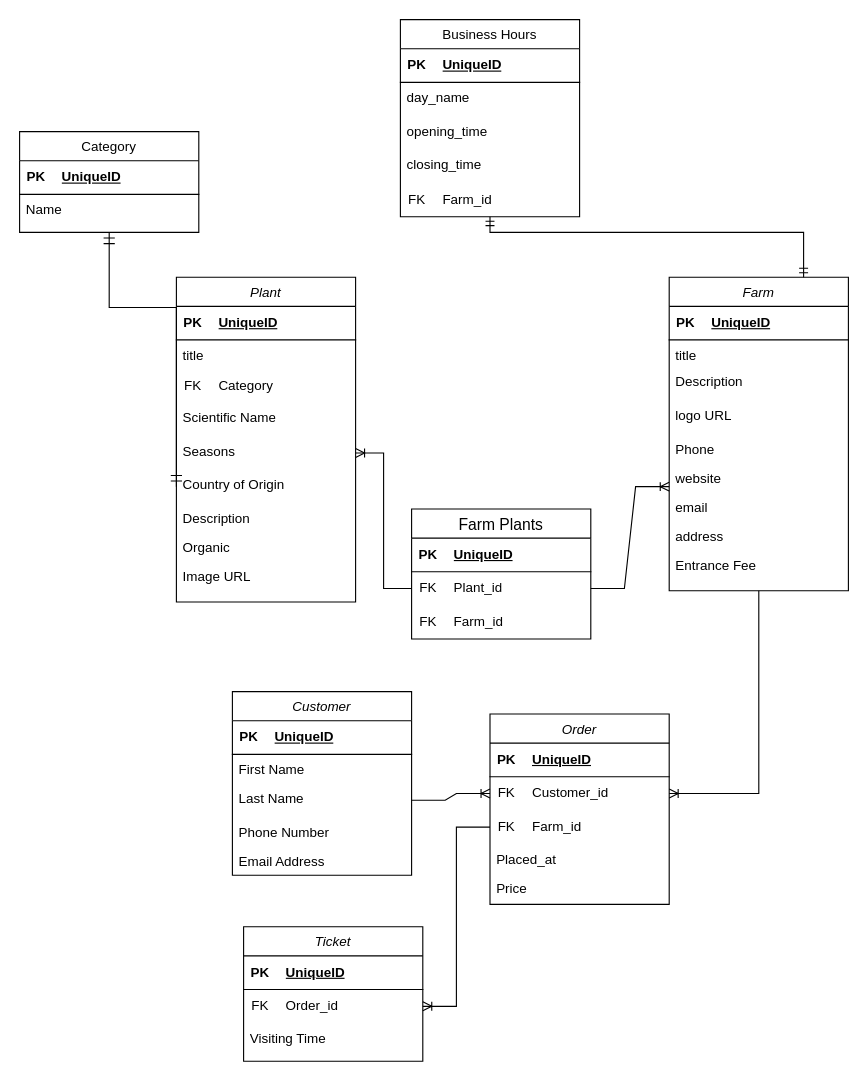
Above: Documentation/DataModel.drawio in aabusam/UPickFront (draw.io), before the change. Source tidied: cells renumbered, new cells numbered last; positions are measured from the earlier drawing's top-left corner, leaving out a move shared by most shapes. Both pictures are drawn from the tidied source at 112%, with x=0, y=0 at pixel (19, 19).
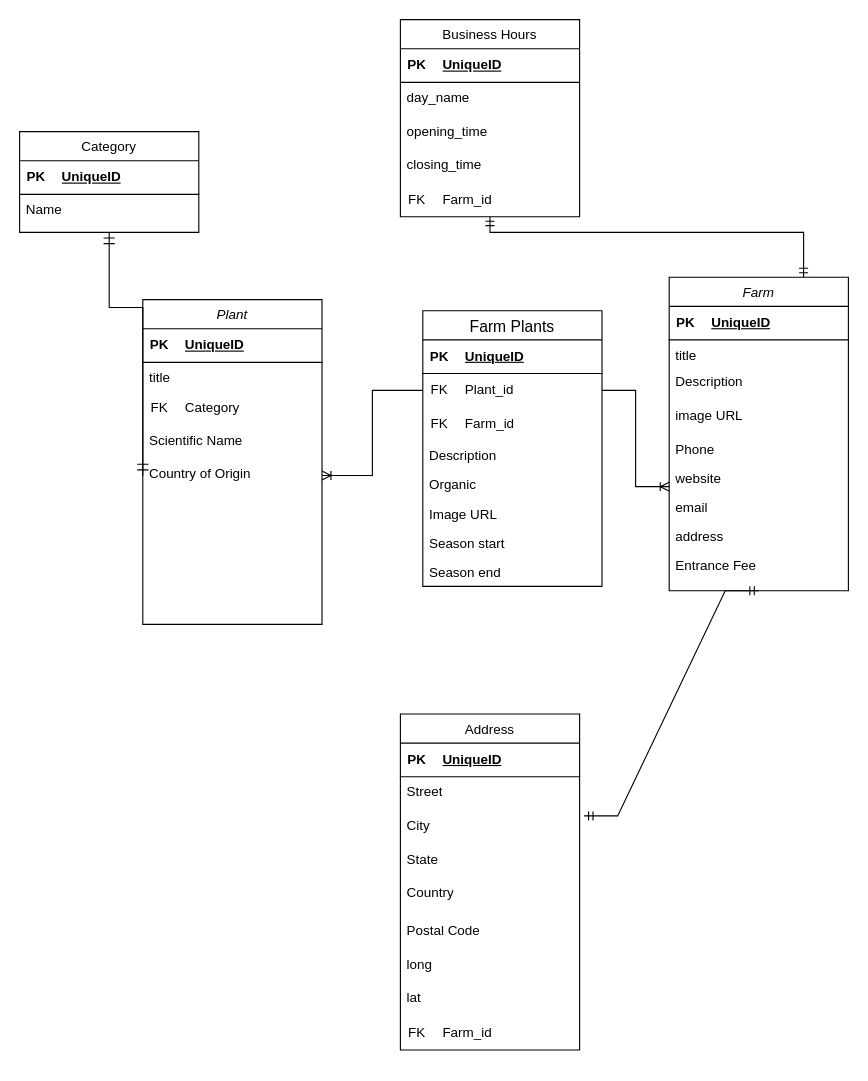
After the change.

Unchanged cells that the change refers to:
```xml
<mxCell id="11" value="Farm" style="swimlane;fontStyle=2;align=center;verticalAlign=top;horizontal=1;startSize=26;rounded=0;shadow=0;strokeWidth=1;" parent="1" vertex="1">
  <mxGeometry x="580" y="230" width="160" height="280" as="geometry" />
</mxCell>
<mxCell id="55" style="shape=tableRow;horizontal=0;startSize=0;swimlaneHead=0;swimlaneBody=0;fillColor=none;points=[[0,0.5],[1,0.5]];portConstraint=eastwest;top=0;left=0;right=0;bottom=0;" parent="51" vertex="1">
  <mxGeometry y="30" width="160" height="30" as="geometry" />
</mxCell>
```

The edit, as a diff of the source:
```diff
@@
-    <mxCell id="2" value="Customer" style="swimlane;fontStyle=2;align=center;verticalAlign=top;horizontal=1;startSize=26;rounded=0;shadow=0;strokeWidth=1;" parent="1" vertex="1">
-      <mxGeometry x="190" y="600" width="160" height="164" as="geometry" />
-    </mxCell>
-    <mxCell id="3" style="shape=table;startSize=0;childLayout=tableLayout;rowLines=0;fontStyle=0;align=center;strokeColor=none;fillColor=none;" parent="2" vertex="1">
-      <mxGeometry y="26" width="160" height="30" as="geometry" />
-    </mxCell>
-    <mxCell id="4" style="shape=tableRow;horizontal=0;startSize=0;swimlaneHead=0;swimlaneBody=0;fillColor=none;top=0;left=0;right=0;bottom=1;" parent="3" vertex="1">
-      <mxGeometry width="160" height="30" as="geometry" />
-    </mxCell>
-    <mxCell id="5" value="PK" style="shape=partialRectangle;fillColor=none;top=0;left=0;bottom=0;right=0;fontStyle=1;overflow=hidden;whiteSpace=wrap;html=1;" parent="4" vertex="1">
-      <mxGeometry width="30" height="30" as="geometry" />
-    </mxCell>
-    <mxCell id="6" value="UniqueID" style="shape=partialRectangle;fillColor=none;top=0;left=0;bottom=0;right=0;align=left;spacingLeft=6;fontStyle=5;overflow=hidden;whiteSpace=wrap;html=1;" parent="4" vertex="1">
-      <mxGeometry x="30" width="130" height="30" as="geometry" />
-    </mxCell>
-    <mxCell id="7" value="First Name" style="text;align=left;verticalAlign=top;spacingLeft=4;spacingRight=4;overflow=hidden;" parent="2" vertex="1">
-      <mxGeometry y="56" width="160" height="26" as="geometry" />
-    </mxCell>
-    <mxCell id="8" value="Last Name" style="text;strokeColor=none;fillColor=none;spacingLeft=4;spacingRight=4;overflow=hidden;points=[[0,0.5],[1,0.5]];portConstraint=eastwest;fontSize=12;whiteSpace=wrap;html=1;" parent="2" vertex="1">
-      <mxGeometry y="82" width="160" height="30" as="geometry" />
-    </mxCell>
-    <mxCell id="9" value="Phone Number" style="text;align=left;verticalAlign=top;spacingLeft=4;spacingRight=4;overflow=hidden;rounded=0;shadow=0;html=0;" parent="2" vertex="1">
-      <mxGeometry y="112" width="160" height="26" as="geometry" />
-    </mxCell>
-    <mxCell id="10" value="Email Address" style="text;align=left;verticalAlign=top;spacingLeft=4;spacingRight=4;overflow=hidden;rounded=0;shadow=0;html=0;" parent="2" vertex="1">
-      <mxGeometry y="138" width="160" height="26" as="geometry" />
-    </mxCell>
@@
-    <mxCell id="18" value="logo URL" style="text;strokeColor=none;fillColor=none;spacingLeft=4;spacingRight=4;overflow=hidden;fontSize=12;whiteSpace=wrap;html=1;" parent="11" vertex="1">
+    <mxCell id="18" value="image URL" style="text;strokeColor=none;fillColor=none;spacingLeft=4;spacingRight=4;overflow=hidden;fontSize=12;whiteSpace=wrap;html=1;" parent="11" vertex="1">
       <mxGeometry y="110" width="160" height="30" as="geometry" />
     </mxCell>
@@
     <mxCell id="24" value="Plant" style="swimlane;fontStyle=2;align=center;verticalAlign=top;horizontal=1;startSize=26;rounded=0;shadow=0;strokeWidth=1;" parent="1" vertex="1">
-      <mxGeometry x="140" y="230" width="160" height="290" as="geometry" />
+      <mxGeometry x="110" y="250" width="160" height="290" as="geometry" />
     </mxCell>
@@
-    <mxCell id="35" value="Seasons" style="text;strokeColor=none;fillColor=none;spacingLeft=4;spacingRight=4;overflow=hidden;points=[[0,0.5],[1,0.5]];portConstraint=eastwest;fontSize=12;whiteSpace=wrap;html=1;" parent="24" vertex="1">
-      <mxGeometry y="142" width="160" height="30" as="geometry" />
-    </mxCell>
     <mxCell id="36" value="Country of Origin" style="text;strokeColor=none;fillColor=none;spacingLeft=4;spacingRight=4;overflow=hidden;points=[[0,0.5],[1,0.5]];portConstraint=eastwest;fontSize=12;whiteSpace=wrap;html=1;" parent="24" vertex="1">
-      <mxGeometry y="172" width="160" height="30" as="geometry" />
+      <mxGeometry y="142" width="160" height="30" as="geometry" />
     </mxCell>
-    <mxCell id="37" value="Description" style="text;align=left;verticalAlign=top;spacingLeft=4;spacingRight=4;overflow=hidden;rounded=0;shadow=0;html=0;" parent="24" vertex="1">
-      <mxGeometry y="202" width="160" height="26" as="geometry" />
-    </mxCell>
-    <mxCell id="38" value="Organic" style="text;align=left;verticalAlign=top;spacingLeft=4;spacingRight=4;overflow=hidden;rounded=0;shadow=0;html=0;" parent="24" vertex="1">
-      <mxGeometry y="228" width="160" height="26" as="geometry" />
-    </mxCell>
-    <mxCell id="39" value="Image URL" style="text;align=left;verticalAlign=top;spacingLeft=4;spacingRight=4;overflow=hidden;rounded=0;shadow=0;html=0;" parent="24" vertex="1">
-      <mxGeometry y="254" width="160" height="26" as="geometry" />
-    </mxCell>
-    <mxCell id="40" value="Ticket" style="swimlane;fontStyle=2;align=center;verticalAlign=top;horizontal=1;startSize=26;rounded=0;shadow=0;strokeWidth=1;" parent="1" vertex="1">
-      <mxGeometry x="200" y="810" width="160" height="120" as="geometry" />
-    </mxCell>
-    <mxCell id="41" style="shape=table;startSize=0;childLayout=tableLayout;rowLines=0;fontStyle=0;align=center;strokeColor=none;fillColor=none;" parent="40" vertex="1">
-      <mxGeometry y="26" width="160" height="30" as="geometry" />
-    </mxCell>
-    <mxCell id="42" style="shape=tableRow;horizontal=0;startSize=0;swimlaneHead=0;swimlaneBody=0;fillColor=none;top=0;left=0;right=0;bottom=1;" parent="41" vertex="1">
-      <mxGeometry width="160" height="30" as="geometry" />
-    </mxCell>
-    <mxCell id="43" value="PK" style="shape=partialRectangle;fillColor=none;top=0;left=0;bottom=0;right=0;fontStyle=1;overflow=hidden;whiteSpace=wrap;html=1;" parent="42" vertex="1">
-      <mxGeometry width="30" height="30" as="geometry" />
-    </mxCell>
-    <mxCell id="44" value="UniqueID" style="shape=partialRectangle;fillColor=none;top=0;left=0;bottom=0;right=0;align=left;spacingLeft=6;fontStyle=5;overflow=hidden;whiteSpace=wrap;html=1;" parent="42" vertex="1">
-      <mxGeometry x="30" width="130" height="30" as="geometry" />
-    </mxCell>
-    <mxCell id="45" style="shape=table;startSize=0;childLayout=tableLayout;rowLines=0;fontStyle=0;align=center;strokeColor=none;fillColor=none;" parent="40" vertex="1">
-      <mxGeometry y="56" width="160" height="30" as="geometry" />
-    </mxCell>
-    <mxCell id="46" style="shape=tableRow;horizontal=0;startSize=0;swimlaneHead=0;swimlaneBody=0;fillColor=none;points=[[0,0.5],[1,0.5]];portConstraint=eastwest;top=0;left=0;right=0;bottom=0;" parent="45" vertex="1">
-      <mxGeometry width="160" height="30" as="geometry" />
-    </mxCell>
-    <mxCell id="47" value="FK" style="shape=partialRectangle;fillColor=none;top=0;left=0;bottom=0;right=0;fontStyle=0;overflow=hidden;whiteSpace=wrap;html=1;" parent="46" vertex="1">
-      <mxGeometry width="30" height="30" as="geometry" />
-    </mxCell>
-    <mxCell id="48" value="Order_id" style="shape=partialRectangle;fillColor=none;top=0;left=0;bottom=0;right=0;align=left;spacingLeft=6;fontStyle=0;overflow=hidden;whiteSpace=wrap;html=1;" parent="46" vertex="1">
-      <mxGeometry x="30" width="130" height="30" as="geometry" />
-    </mxCell>
-    <mxCell id="49" value="Visiting Time" style="text;strokeColor=none;fillColor=none;spacingLeft=4;spacingRight=4;overflow=hidden;fontSize=12;whiteSpace=wrap;html=1;" parent="40" vertex="1">
-      <mxGeometry y="86" width="160" height="30" as="geometry" />
-    </mxCell>
     <mxCell id="50" value="Farm Plants" style="swimlane;fontStyle=0;horizontal=1;startSize=26;align=center;fontSize=14;" parent="1" vertex="1">
-      <mxGeometry x="350" y="437" width="160" height="116" as="geometry" />
+      <mxGeometry x="360" y="260" width="160" height="246" as="geometry" />
     </mxCell>
@@
+    <mxCell id="37" value="Description" style="text;align=left;verticalAlign=top;spacingLeft=4;spacingRight=4;overflow=hidden;rounded=0;shadow=0;html=0;" parent="50" vertex="1">
+      <mxGeometry y="116" width="160" height="26" as="geometry" />
+    </mxCell>
+    <mxCell id="38" value="Organic" style="text;align=left;verticalAlign=top;spacingLeft=4;spacingRight=4;overflow=hidden;rounded=0;shadow=0;html=0;" parent="50" vertex="1">
+      <mxGeometry y="142" width="160" height="26" as="geometry" />
+    </mxCell>
+    <mxCell id="100" value="Image URL" style="text;align=left;verticalAlign=top;spacingLeft=4;spacingRight=4;overflow=hidden;rounded=0;shadow=0;html=0;" parent="50" vertex="1">
+      <mxGeometry y="168" width="160" height="26" as="geometry" />
+    </mxCell>
+    <mxCell id="101" value="Season start&#10;" style="text;align=left;verticalAlign=top;spacingLeft=4;spacingRight=4;overflow=hidden;rounded=0;shadow=0;html=0;" parent="50" vertex="1">
+      <mxGeometry y="194" width="160" height="26" as="geometry" />
+    </mxCell>
+    <mxCell id="39" value="Season end" style="text;align=left;verticalAlign=top;spacingLeft=4;spacingRight=4;overflow=hidden;rounded=0;shadow=0;html=0;" parent="50" vertex="1">
+      <mxGeometry y="220" width="160" height="26" as="geometry" />
+    </mxCell>
@@
-    <mxCell id="62" style="edgeStyle=orthogonalEdgeStyle;fontSize=12;html=1;endArrow=ERoneToMany;rounded=0;entryX=1;entryY=0.5;entryDx=0;entryDy=0;exitX=0;exitY=0.5;exitDx=0;exitDy=0;" parent="1" edge="1" source="55" target="35">
+    <mxCell id="62" style="edgeStyle=orthogonalEdgeStyle;fontSize=12;html=1;endArrow=ERoneToMany;rounded=0;exitX=0;exitY=0.5;exitDx=0;exitDy=0;" parent="1" edge="1" source="55" target="36">
       <mxGeometry relative="1" as="geometry" />
     </mxCell>
-    <mxCell id="63" value="Order" style="swimlane;fontStyle=2;align=center;verticalAlign=top;horizontal=1;startSize=26;rounded=0;shadow=0;strokeWidth=1;" parent="1" vertex="1">
-      <mxGeometry x="420" y="620" width="160" height="170" as="geometry" />
-    </mxCell>
-    <mxCell id="64" style="shape=table;startSize=0;childLayout=tableLayout;rowLines=0;fontStyle=0;align=center;strokeColor=none;fillColor=none;" parent="63" vertex="1">
-      <mxGeometry y="26" width="160" height="30" as="geometry" />
-    </mxCell>
-    <mxCell id="65" style="shape=tableRow;horizontal=0;startSize=0;swimlaneHead=0;swimlaneBody=0;fillColor=none;top=0;left=0;right=0;bottom=1;" parent="64" vertex="1">
-      <mxGeometry width="160" height="30" as="geometry" />
-    </mxCell>
-    <mxCell id="66" value="PK" style="shape=partialRectangle;fillColor=none;top=0;left=0;bottom=0;right=0;fontStyle=1;overflow=hidden;whiteSpace=wrap;html=1;" parent="65" vertex="1">
-      <mxGeometry width="30" height="30" as="geometry" />
-    </mxCell>
-    <mxCell id="67" value="UniqueID" style="shape=partialRectangle;fillColor=none;top=0;left=0;bottom=0;right=0;align=left;spacingLeft=6;fontStyle=5;overflow=hidden;whiteSpace=wrap;html=1;" parent="65" vertex="1">
-      <mxGeometry x="30" width="130" height="30" as="geometry" />
-    </mxCell>
-    <mxCell id="68" style="shape=table;startSize=0;childLayout=tableLayout;rowLines=0;fontStyle=0;align=center;strokeColor=none;fillColor=none;" parent="63" vertex="1">
-      <mxGeometry y="56" width="160" height="60" as="geometry" />
-    </mxCell>
-    <mxCell id="69" style="shape=tableRow;horizontal=0;startSize=0;swimlaneHead=0;swimlaneBody=0;fillColor=none;points=[[0,0.5],[1,0.5]];portConstraint=eastwest;top=0;left=0;right=0;bottom=0;" parent="68" vertex="1">
-      <mxGeometry width="160" height="30" as="geometry" />
-    </mxCell>
-    <mxCell id="70" value="FK" style="shape=partialRectangle;fillColor=none;top=0;left=0;bottom=0;right=0;fontStyle=0;overflow=hidden;whiteSpace=wrap;html=1;" parent="69" vertex="1">
-      <mxGeometry width="30" height="30" as="geometry" />
-    </mxCell>
-    <mxCell id="71" value="Customer_id" style="shape=partialRectangle;fillColor=none;top=0;left=0;bottom=0;right=0;align=left;spacingLeft=6;fontStyle=0;overflow=hidden;whiteSpace=wrap;html=1;" parent="69" vertex="1">
-      <mxGeometry x="30" width="130" height="30" as="geometry" />
-    </mxCell>
-    <mxCell id="72" style="shape=tableRow;horizontal=0;startSize=0;swimlaneHead=0;swimlaneBody=0;fillColor=none;points=[[0,0.5],[1,0.5]];portConstraint=eastwest;top=0;left=0;right=0;bottom=0;" parent="68" vertex="1">
-      <mxGeometry y="30" width="160" height="30" as="geometry" />
-    </mxCell>
-    <mxCell id="73" value="FK" style="shape=partialRectangle;fillColor=none;top=0;left=0;bottom=0;right=0;fontStyle=0;overflow=hidden;whiteSpace=wrap;html=1;" parent="72" vertex="1">
-      <mxGeometry width="30" height="30" as="geometry" />
-    </mxCell>
-    <mxCell id="74" value="Farm_id" style="shape=partialRectangle;fillColor=none;top=0;left=0;bottom=0;right=0;align=left;spacingLeft=6;fontStyle=0;overflow=hidden;whiteSpace=wrap;html=1;" parent="72" vertex="1">
-      <mxGeometry x="30" width="130" height="30" as="geometry" />
-    </mxCell>
-    <mxCell id="75" value="Placed_at" style="text;align=left;verticalAlign=top;spacingLeft=4;spacingRight=4;overflow=hidden;" parent="63" vertex="1">
-      <mxGeometry y="116" width="160" height="26" as="geometry" />
-    </mxCell>
-    <mxCell id="76" value="Price" style="text;align=left;verticalAlign=top;spacingLeft=4;spacingRight=4;overflow=hidden;rounded=0;shadow=0;html=0;" parent="63" vertex="1">
-      <mxGeometry y="142" width="160" height="26" as="geometry" />
-    </mxCell>
-    <mxCell id="77" style="edgeStyle=entityRelationEdgeStyle;fontSize=12;html=1;endArrow=ERoneToMany;rounded=0;entryX=0;entryY=0.5;entryDx=0;entryDy=0;exitX=1;exitY=0.5;exitDx=0;exitDy=0;" parent="1" edge="1" source="8" target="69">
-      <mxGeometry relative="1" as="geometry" />
-    </mxCell>
-    <mxCell id="78" style="edgeStyle=entityRelationEdgeStyle;fontSize=12;html=1;endArrow=ERoneToMany;rounded=0;entryX=1;entryY=0.5;entryDx=0;entryDy=0;exitX=0;exitY=0.5;exitDx=0;exitDy=0;" parent="1" edge="1" source="72" target="46">
-      <mxGeometry relative="1" as="geometry" />
-    </mxCell>
-    <mxCell id="79" style="edgeStyle=orthogonalEdgeStyle;fontSize=12;html=1;endArrow=ERoneToMany;rounded=0;exitX=0.5;exitY=1;exitDx=0;exitDy=0;entryX=1;entryY=0.5;entryDx=0;entryDy=0;" parent="1" edge="1" source="11" target="69">
-      <mxGeometry relative="1" as="geometry" />
-    </mxCell>
@@
+    <mxCell id="102" value="Address" style="swimlane;fontStyle=0;align=center;verticalAlign=top;horizontal=1;startSize=26;rounded=0;shadow=0;strokeWidth=1;" parent="1" vertex="1">
+      <mxGeometry x="340" y="620" width="160" height="300" as="geometry" />
+    </mxCell>
+    <mxCell id="103" style="shape=table;startSize=0;childLayout=tableLayout;rowLines=0;fontStyle=0;align=center;strokeColor=none;fillColor=none;" parent="102" vertex="1">
+      <mxGeometry y="26" width="160" height="30" as="geometry" />
+    </mxCell>
+    <mxCell id="104" style="shape=tableRow;horizontal=0;startSize=0;swimlaneHead=0;swimlaneBody=0;fillColor=none;top=0;left=0;right=0;bottom=1;" parent="103" vertex="1">
+      <mxGeometry width="160" height="30" as="geometry" />
+    </mxCell>
+    <mxCell id="105" value="PK" style="shape=partialRectangle;fillColor=none;top=0;left=0;bottom=0;right=0;fontStyle=1;overflow=hidden;whiteSpace=wrap;html=1;" parent="104" vertex="1">
+      <mxGeometry width="30" height="30" as="geometry" />
+    </mxCell>
+    <mxCell id="106" value="UniqueID" style="shape=partialRectangle;fillColor=none;top=0;left=0;bottom=0;right=0;align=left;spacingLeft=6;fontStyle=5;overflow=hidden;whiteSpace=wrap;html=1;" parent="104" vertex="1">
+      <mxGeometry x="30" width="130" height="30" as="geometry" />
+    </mxCell>
+    <mxCell id="107" value="Street" style="text;strokeColor=none;fillColor=none;spacingLeft=4;spacingRight=4;overflow=hidden;fontSize=12;whiteSpace=wrap;html=1;" parent="102" vertex="1">
+      <mxGeometry y="56" width="160" height="30" as="geometry" />
+    </mxCell>
+    <mxCell id="108" value="City" style="text;strokeColor=none;fillColor=none;spacingLeft=4;spacingRight=4;overflow=hidden;points=[[0,0.5],[1,0.5]];portConstraint=eastwest;fontSize=12;whiteSpace=wrap;html=1;" parent="102" vertex="1">
+      <mxGeometry y="86" width="160" height="30" as="geometry" />
+    </mxCell>
+    <mxCell id="109" value="State" style="text;strokeColor=none;fillColor=none;spacingLeft=4;spacingRight=4;overflow=hidden;fontSize=12;whiteSpace=wrap;html=1;" parent="102" vertex="1">
+      <mxGeometry y="116" width="160" height="30" as="geometry" />
+    </mxCell>
+    <mxCell id="110" value="Country" style="text;strokeColor=none;fillColor=none;spacingLeft=4;spacingRight=4;overflow=hidden;fontSize=12;whiteSpace=wrap;html=1;" parent="102" vertex="1">
+      <mxGeometry y="146" width="160" height="34" as="geometry" />
+    </mxCell>
+    <mxCell id="111" value="Postal Code&lt;br&gt;" style="text;strokeColor=none;fillColor=none;spacingLeft=4;spacingRight=4;overflow=hidden;fontSize=12;whiteSpace=wrap;html=1;" parent="102" vertex="1">
+      <mxGeometry y="180" width="160" height="30" as="geometry" />
+    </mxCell>
+    <mxCell id="112" value="long" style="text;strokeColor=none;fillColor=none;spacingLeft=4;spacingRight=4;overflow=hidden;fontSize=12;whiteSpace=wrap;html=1;" parent="102" vertex="1">
+      <mxGeometry y="210" width="160" height="30" as="geometry" />
+    </mxCell>
+    <mxCell id="113" value="lat" style="text;strokeColor=none;fillColor=none;spacingLeft=4;spacingRight=4;overflow=hidden;fontSize=12;whiteSpace=wrap;html=1;" parent="102" vertex="1">
+      <mxGeometry y="240" width="160" height="30" as="geometry" />
+    </mxCell>
+    <mxCell id="114" style="shape=table;startSize=0;childLayout=tableLayout;rowLines=0;fontStyle=0;align=center;strokeColor=none;fillColor=none;" parent="102" vertex="1">
+      <mxGeometry y="270" width="160" height="30" as="geometry" />
+    </mxCell>
+    <mxCell id="115" style="shape=tableRow;horizontal=0;startSize=0;swimlaneHead=0;swimlaneBody=0;fillColor=none;top=0;left=0;right=0;bottom=0;" parent="114" vertex="1">
+      <mxGeometry width="160" height="30" as="geometry" />
+    </mxCell>
+    <mxCell id="116" value="FK" style="shape=partialRectangle;fillColor=none;top=0;left=0;bottom=0;right=0;fontStyle=0;overflow=hidden;whiteSpace=wrap;html=1;" parent="115" vertex="1">
+      <mxGeometry width="30" height="30" as="geometry" />
+    </mxCell>
+    <mxCell id="74" value="Farm_id" style="shape=partialRectangle;fillColor=none;top=0;left=0;bottom=0;right=0;align=left;spacingLeft=6;fontStyle=0;overflow=hidden;whiteSpace=wrap;html=1;" parent="115" vertex="1">
+      <mxGeometry x="30" width="130" height="30" as="geometry" />
+    </mxCell>
+    <mxCell id="117" style="edgeStyle=entityRelationEdgeStyle;fontSize=12;html=1;endArrow=ERmandOne;startArrow=ERmandOne;rounded=0;exitX=1.025;exitY=0.167;exitDx=0;exitDy=0;exitPerimeter=0;entryX=0.5;entryY=1;entryDx=0;entryDy=0;" parent="1" edge="1" source="108" target="11">
+      <mxGeometry relative="1" as="geometry" />
+    </mxCell>
```
